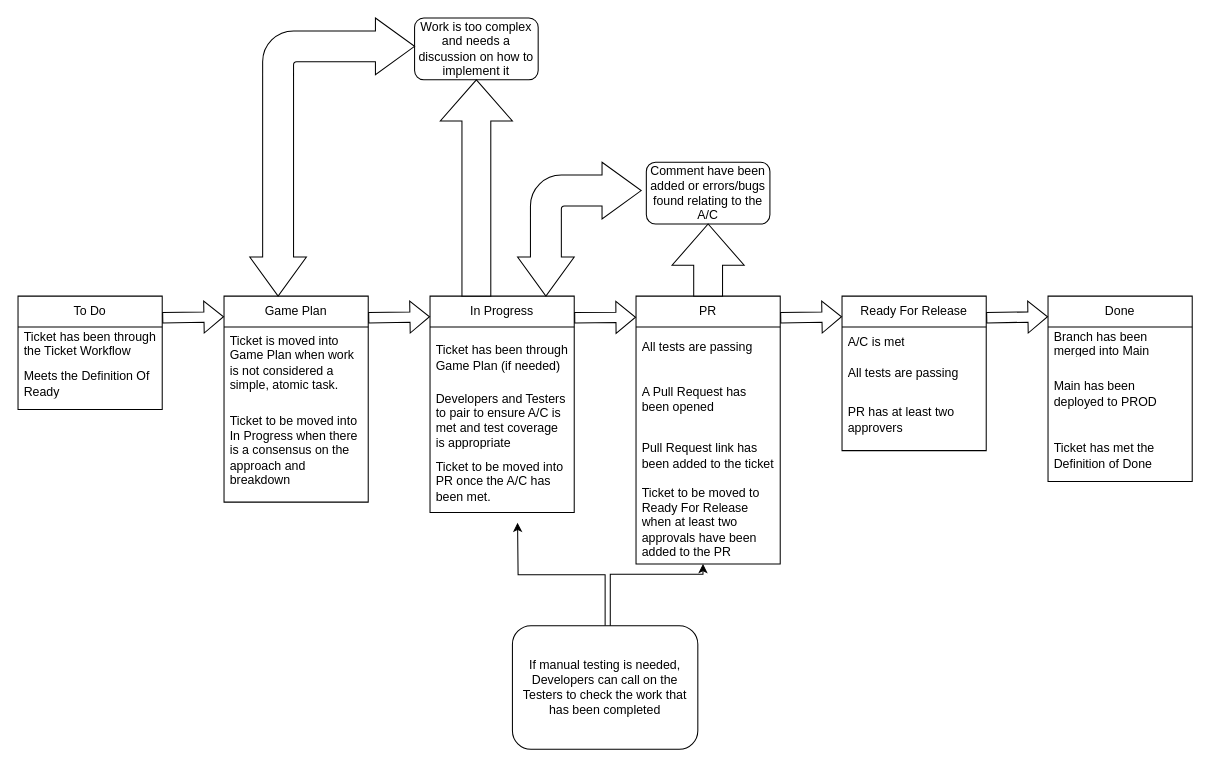
Earlier version of the draw.io diagram Untitled Diagram.drawio (EmmaHawkins/test_flows). Source tidied: cells renumbered, new cells numbered last; positions are measured from the earlier drawing's top-left corner, leaving out a move shared by most shapes. Both pictures are drawn from the tidied source at 103%, with x=0, y=0 at pixel (18, 18).
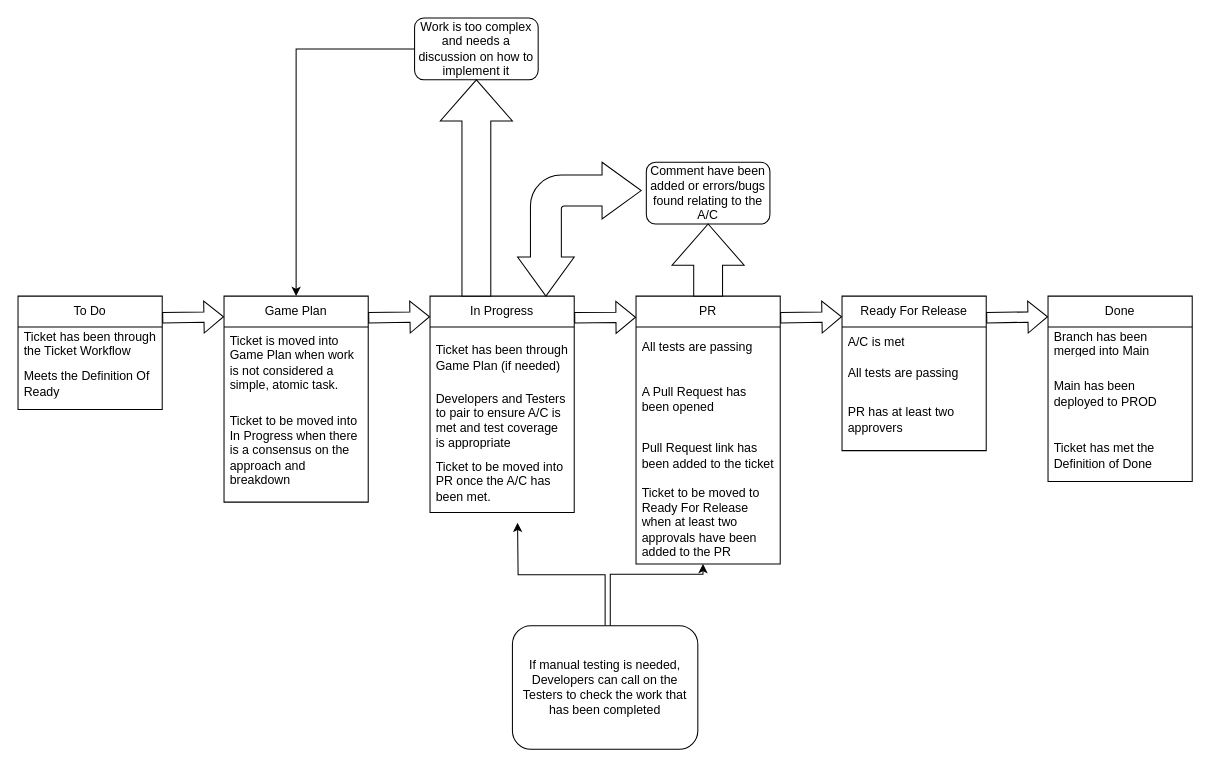
After the change.

The change refers to these unchanged cells:
```xml
<mxCell id="5" value="Game Plan" style="swimlane;fontStyle=0;horizontal=1;startSize=30;whiteSpace=wrap;html=1;" parent="1" vertex="1">
  <mxGeometry x="200" y="270" width="140" height="200" as="geometry" />
</mxCell>
<mxCell id="30" value="Work is too complex and needs a discussion on how to implement it" style="rounded=1;whiteSpace=wrap;html=1;" parent="1" vertex="1">
  <mxGeometry x="385" width="120" height="60" as="geometry" />
</mxCell>
```

The edit, as a diff of the source:
```diff
@@
-    <mxCell id="31" style="html=1;shadow=0;dashed=0;align=center;verticalAlign=middle;shape=mxgraph.arrows2.bendDoubleArrow;dy=15;dx=38;arrowHead=55;rounded=1;" parent="1" vertex="1">
-      <mxGeometry x="225" width="160" height="270" as="geometry" />
-    </mxCell>
@@
+    <mxCell id="39" style="endArrow=classic;html=1;rounded=0;exitX=0;exitY=0.5;exitDx=0;exitDy=0;entryX=0.5;entryY=0;entryDx=0;entryDy=0;" parent="1" edge="1" source="30" target="5">
+      <mxGeometry relative="1" as="geometry">
+        <Array as="points">
+          <mxPoint x="270" y="30" />
+        </Array>
+      </mxGeometry>
+    </mxCell>
```
